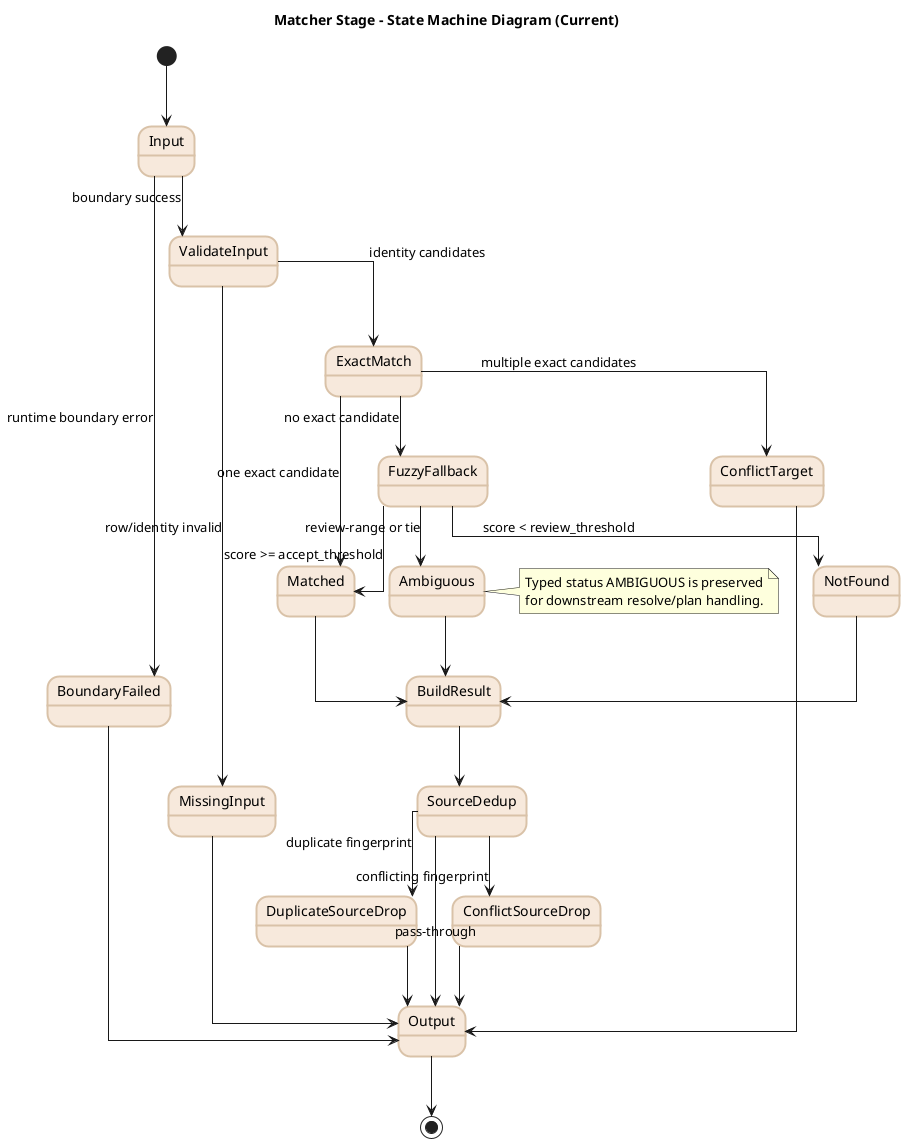
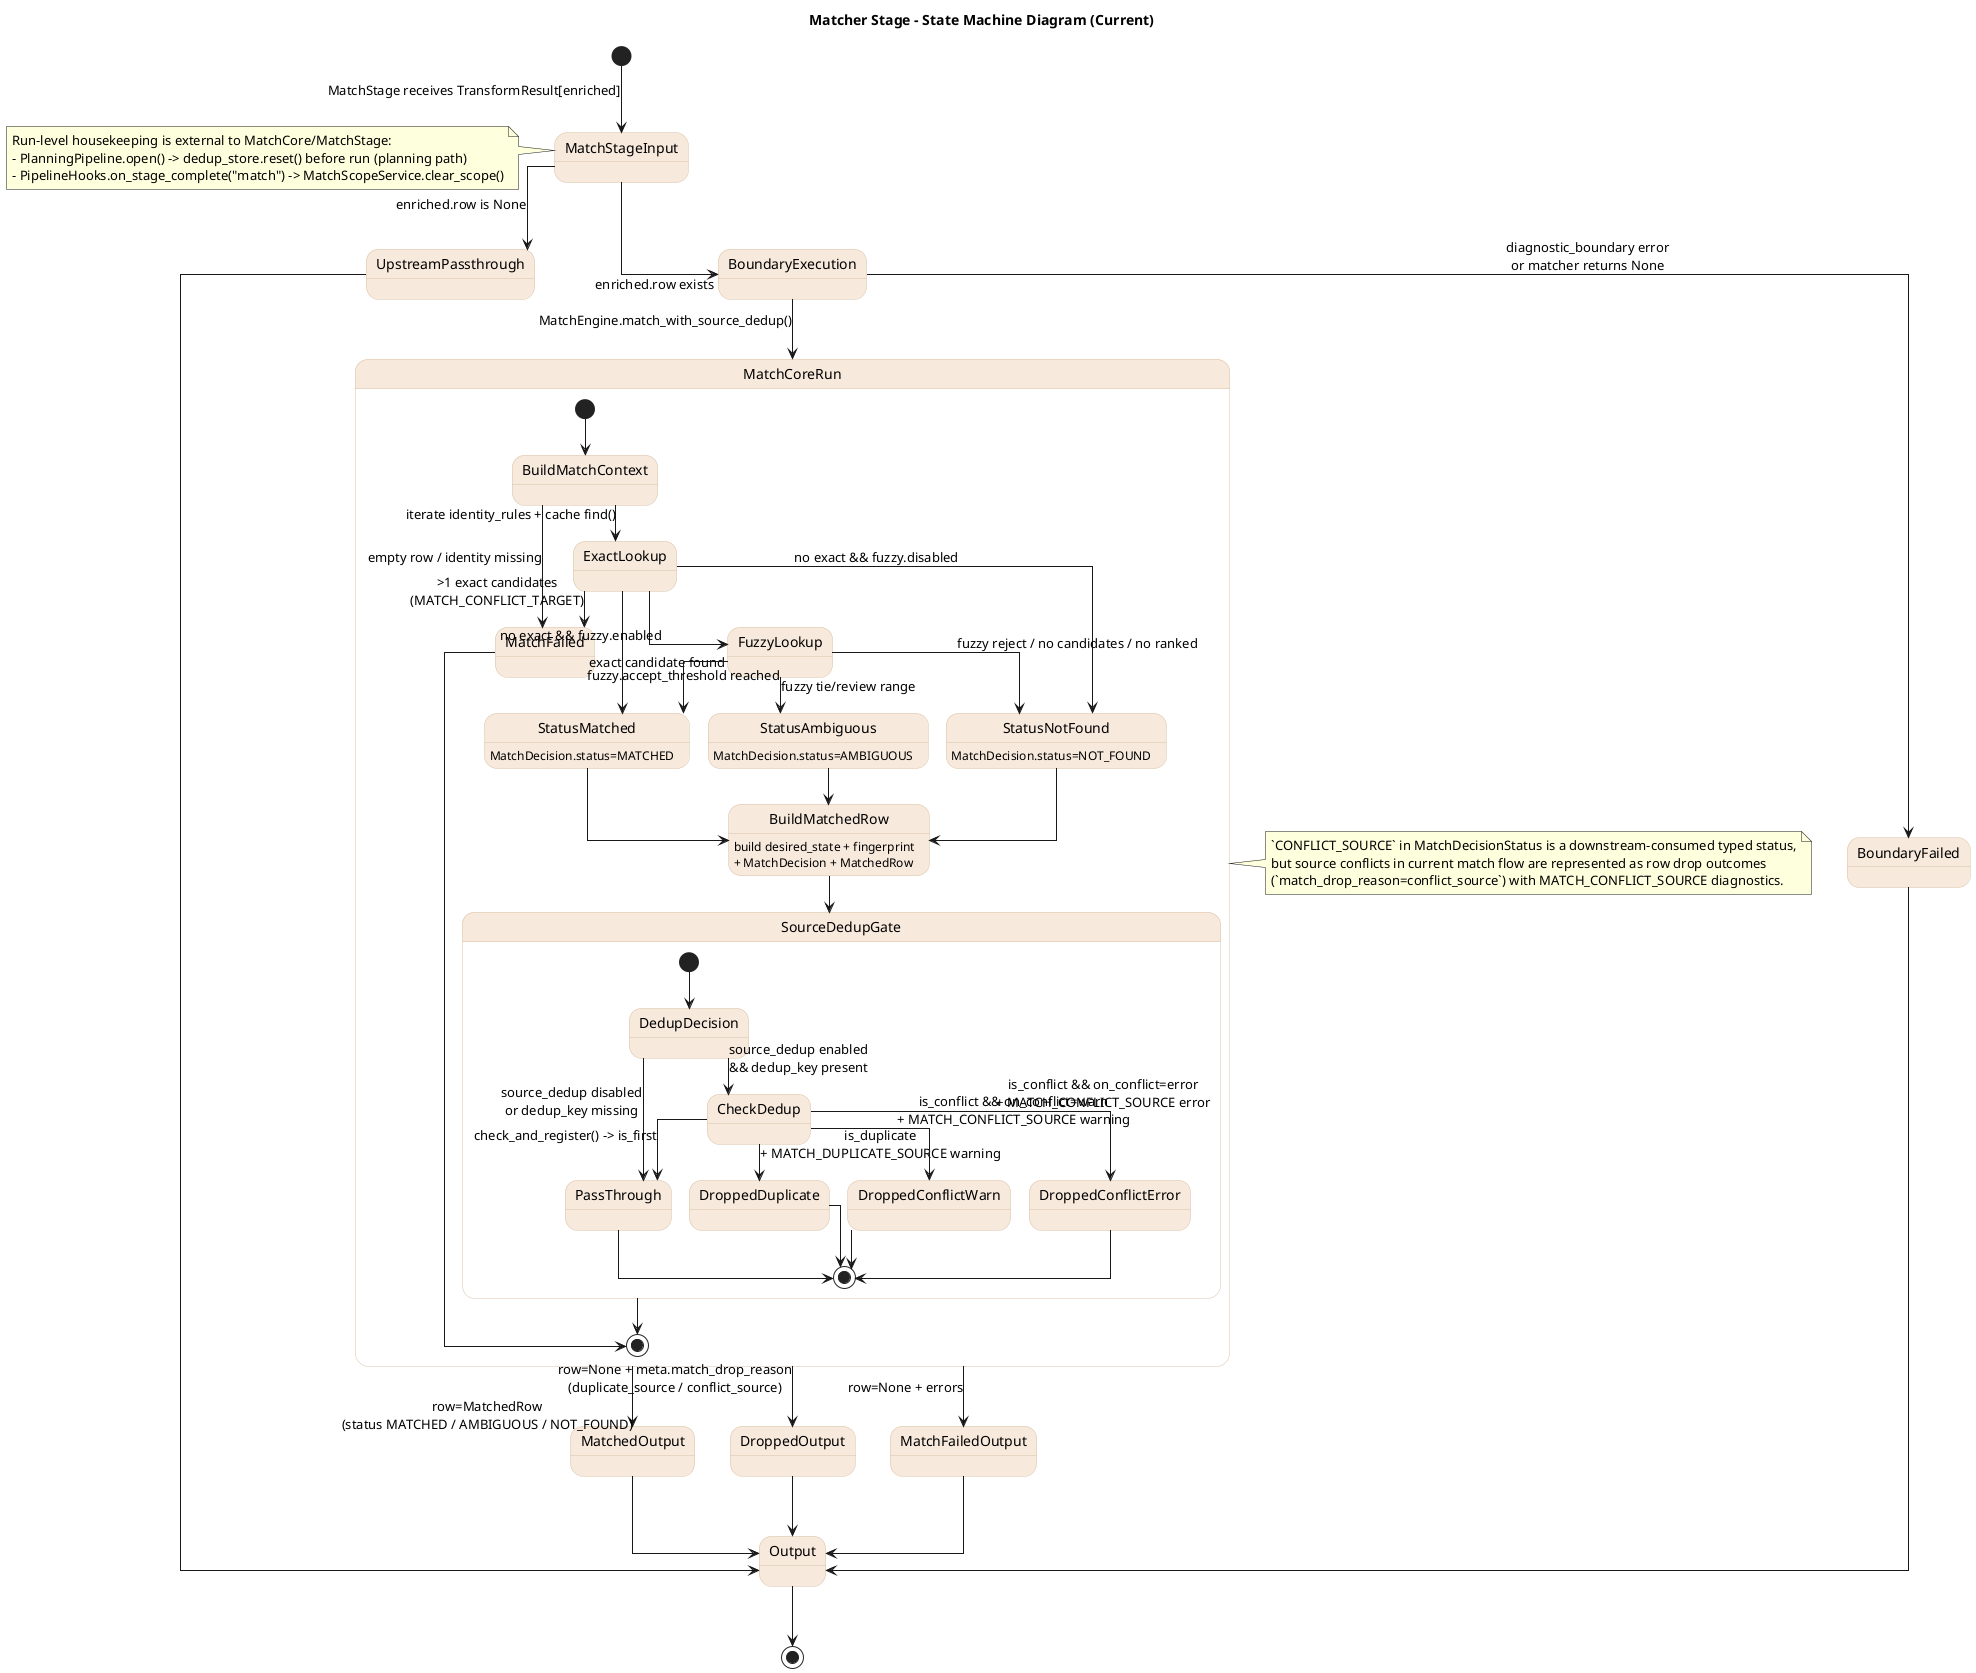
@startuml
title Matcher Stage - State Machine Diagram (Current)
skinparam backgroundColor white
skinparam linetype ortho
skinparam defaultFontName Arial
- skinparam stateBorderThickness 2
skinparam state {
  BackgroundColor #f7e9dc
  BorderColor #d9c2a8
}

- [*] --> Input
+ [*] --> MatchStageInput : MatchStage receives TransformResult[enriched]

- Input --> BoundaryFailed : runtime boundary error
- Input --> ValidateInput : boundary success
+ MatchStageInput --> UpstreamPassthrough : enriched.row is None
+ MatchStageInput --> BoundaryExecution : enriched.row exists

- ValidateInput --> MissingInput : row/identity invalid
- ValidateInput --> ExactMatch : identity candidates
+ BoundaryExecution --> BoundaryFailed : diagnostic_boundary error\nor matcher returns None
+ BoundaryExecution --> MatchCoreRun : MatchEngine.match_with_source_dedup()

- ExactMatch --> Matched : one exact candidate
- ExactMatch --> FuzzyFallback : no exact candidate
- ExactMatch --> ConflictTarget : multiple exact candidates
+ state MatchCoreRun {
+   [*] --> BuildMatchContext

- FuzzyFallback --> Matched : score >= accept_threshold
- FuzzyFallback --> Ambiguous : review-range or tie
- FuzzyFallback --> NotFound : score < review_threshold
+   BuildMatchContext --> MatchFailed : empty row / identity missing
+   BuildMatchContext --> ExactLookup : iterate identity_rules + cache find()

- Matched --> BuildResult
- Ambiguous --> BuildResult
- NotFound --> BuildResult
+   ExactLookup --> MatchFailed : >1 exact candidates\n(MATCH_CONFLICT_TARGET)
+   ExactLookup --> StatusMatched : exact candidate found
+   ExactLookup --> FuzzyLookup : no exact && fuzzy.enabled
+   ExactLookup --> StatusNotFound : no exact && fuzzy.disabled

- BuildResult --> SourceDedup
- SourceDedup --> DuplicateSourceDrop : duplicate fingerprint
- SourceDedup --> ConflictSourceDrop : conflicting fingerprint
- SourceDedup --> Output : pass-through
+   FuzzyLookup --> StatusMatched : fuzzy.accept_threshold reached
+   FuzzyLookup --> StatusAmbiguous : fuzzy tie/review range
+   FuzzyLookup --> StatusNotFound : fuzzy reject / no candidates / no ranked

- DuplicateSourceDrop --> Output
- ConflictSourceDrop --> Output
- MissingInput --> Output
- ConflictTarget --> Output
+   StatusMatched : MatchDecision.status=MATCHED
+   StatusAmbiguous : MatchDecision.status=AMBIGUOUS
+   StatusNotFound : MatchDecision.status=NOT_FOUND
+ 
+   StatusMatched --> BuildMatchedRow
+   StatusAmbiguous --> BuildMatchedRow
+   StatusNotFound --> BuildMatchedRow
+ 
+   BuildMatchedRow : build desired_state + fingerprint\n+ MatchDecision + MatchedRow
+   BuildMatchedRow --> SourceDedupGate
+ 
+   state SourceDedupGate {
+     [*] --> DedupDecision
+     DedupDecision --> PassThrough : source_dedup disabled\nor dedup_key missing
+     DedupDecision --> CheckDedup : source_dedup enabled\n&& dedup_key present
+     CheckDedup --> PassThrough : check_and_register() -> is_first
+     CheckDedup --> DroppedDuplicate : is_duplicate\n+ MATCH_DUPLICATE_SOURCE warning
+     CheckDedup --> DroppedConflictWarn : is_conflict && on_conflict=warn\n+ MATCH_CONFLICT_SOURCE warning
+     CheckDedup --> DroppedConflictError : is_conflict && on_conflict=error\n+ MATCH_CONFLICT_SOURCE error
+ 
+     PassThrough --> [*]
+     DroppedDuplicate --> [*]
+     DroppedConflictWarn --> [*]
+     DroppedConflictError --> [*]
+   }
+ 
+   SourceDedupGate --> [*]
+   MatchFailed --> [*]
+ }
+ 
+ MatchCoreRun --> MatchedOutput : row=MatchedRow\n(status MATCHED / AMBIGUOUS / NOT_FOUND)
+ MatchCoreRun --> DroppedOutput : row=None + meta.match_drop_reason\n(duplicate_source / conflict_source)
+ MatchCoreRun --> MatchFailedOutput : row=None + errors
+ 
+ UpstreamPassthrough --> Output
BoundaryFailed --> Output
+ MatchedOutput --> Output
+ DroppedOutput --> Output
+ MatchFailedOutput --> Output
Output --> [*]

- note right of Ambiguous
- Typed status AMBIGUOUS is preserved
- for downstream resolve/plan handling.
+ note right of MatchCoreRun
+ `CONFLICT_SOURCE` in MatchDecisionStatus is a downstream-consumed typed status,
+ but source conflicts in current match flow are represented as row drop outcomes
+ (`match_drop_reason=conflict_source`) with MATCH_CONFLICT_SOURCE diagnostics.
+ end note
+ 
+ note left of MatchStageInput
+ Run-level housekeeping is external to MatchCore/MatchStage:
+ - PlanningPipeline.open() -> dedup_store.reset() before run (planning path)
+ - PipelineHooks.on_stage_complete("match") -> MatchScopeService.clear_scope()
end note

@enduml
